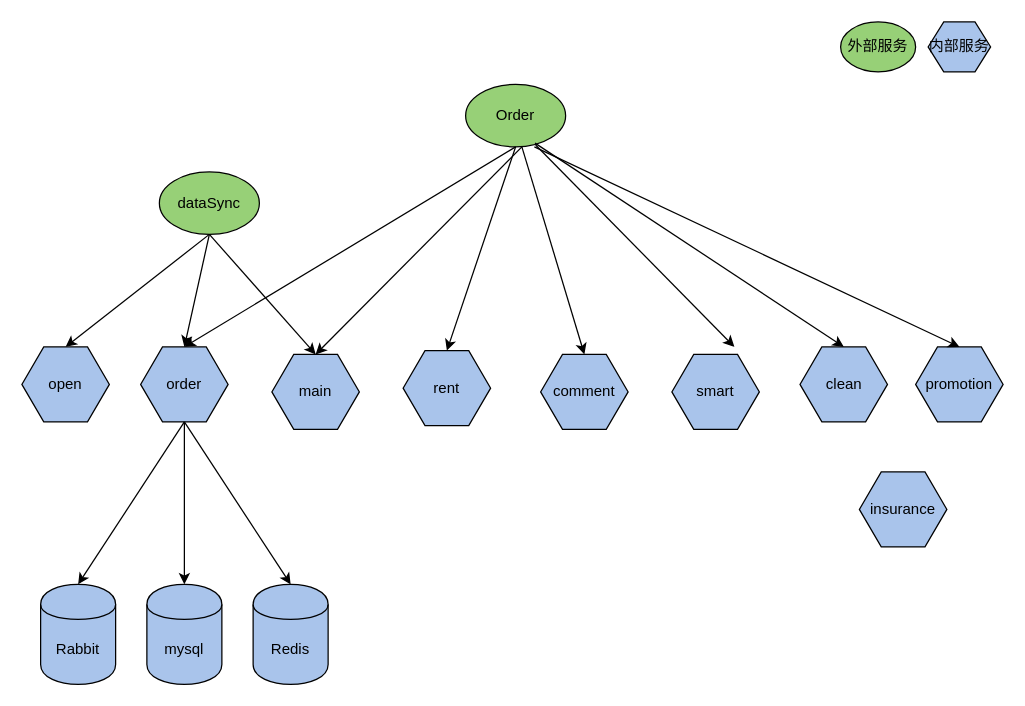
Above: Untitled Diagram.drawio in NonePro/UML (draw.io), before the change. Source tidied: cells renumbered, new cells numbered last; positions are measured from the earlier drawing's top-left corner, leaving out a move shared by most shapes. Both pictures are drawn from the tidied source at 125%, with x=0, y=0 at pixel (21, 21).
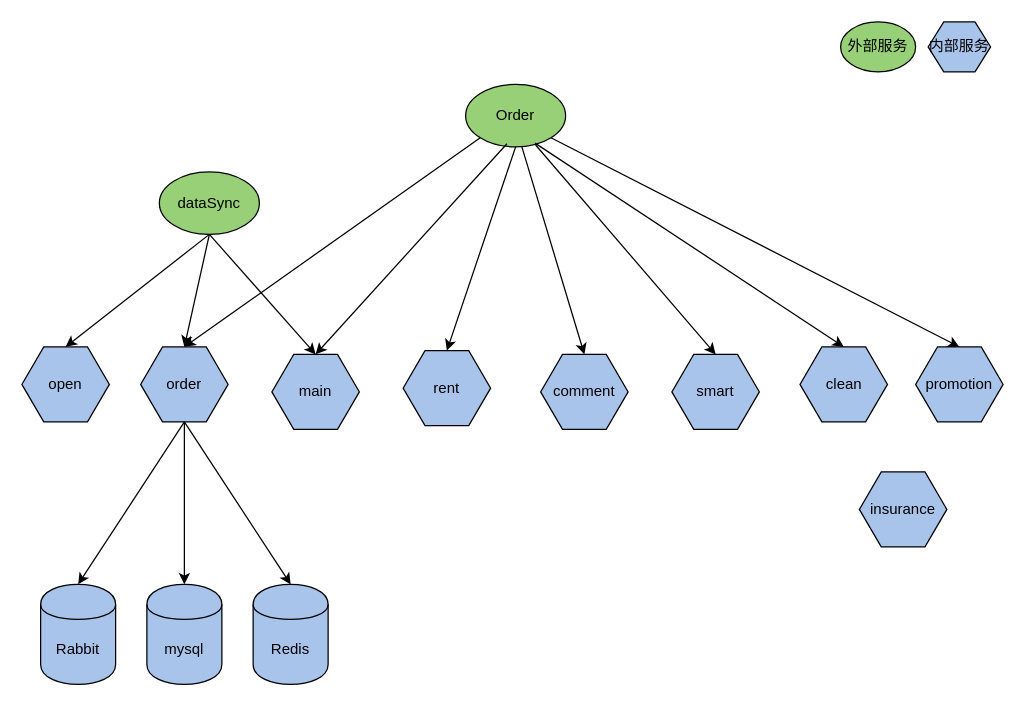
Above is the later version.

Commit message:
交易俯视图

The change refers to these unchanged cells:
```xml
<mxCell id="2" value="Order" style="ellipse;whiteSpace=wrap;html=1;fillColor=#97D077;" parent="1" vertex="1">
  <mxGeometry x="355" y="50" width="80" height="50" as="geometry" />
</mxCell>
<mxCell id="4" value="main" style="shape=hexagon;perimeter=hexagonPerimeter2;whiteSpace=wrap;html=1;fillColor=#A9C4EB;" parent="1" vertex="1">
  <mxGeometry x="200" y="266" width="70" height="60" as="geometry" />
</mxCell>
<mxCell id="7" value="smart" style="shape=hexagon;perimeter=hexagonPerimeter2;whiteSpace=wrap;html=1;fillColor=#A9C4EB;" parent="1" vertex="1">
  <mxGeometry x="520" y="266" width="70" height="60" as="geometry" />
</mxCell>
<mxCell id="9" value="order" style="shape=hexagon;perimeter=hexagonPerimeter2;whiteSpace=wrap;html=1;fillColor=#A9C4EB;" parent="1" vertex="1">
  <mxGeometry x="95" y="260" width="70" height="60" as="geometry" />
</mxCell>
<mxCell id="10" value="promotion" style="shape=hexagon;perimeter=hexagonPerimeter2;whiteSpace=wrap;html=1;fillColor=#A9C4EB;" parent="1" vertex="1">
  <mxGeometry x="715" y="260" width="70" height="60" as="geometry" />
</mxCell>
```

Diff of the diagram source:
```diff
@@
-    <mxCell id="18" style="endArrow=classic;html=1;exitX=0.5;exitY=1;exitDx=0;exitDy=0;entryX=0.5;entryY=0;entryDx=0;entryDy=0;" parent="1" edge="1" source="2" target="9">
+    <mxCell id="18" style="endArrow=classic;html=1;exitX=0;exitY=1;exitDx=0;exitDy=0;entryX=0.5;entryY=0;entryDx=0;entryDy=0;" parent="1" edge="1" source="2" target="9">
       <mxGeometry relative="1" as="geometry" />
     </mxCell>
-    <mxCell id="19" style="endArrow=classic;html=1;entryX=0.5;entryY=0;entryDx=0;entryDy=0;" parent="1" edge="1" target="4">
-      <mxGeometry relative="1" as="geometry">
-        <mxPoint x="400" y="100" as="sourcePoint" />
-      </mxGeometry>
+    <mxCell id="19" style="endArrow=classic;html=1;entryX=0.5;entryY=0;entryDx=0;entryDy=0;exitX=0.413;exitY=0.95;exitDx=0;exitDy=0;exitPerimeter=0;" parent="1" edge="1" source="2" target="4">
+      <mxGeometry relative="1" as="geometry" />
     </mxCell>
@@
-    <mxCell id="22" style="endArrow=classic;html=1;exitX=0.7;exitY=0.97;exitDx=0;exitDy=0;exitPerimeter=0;" parent="1" edge="1" source="2">
-      <mxGeometry relative="1" as="geometry">
-        <mxPoint x="570" y="260" as="targetPoint" />
-      </mxGeometry>
+    <mxCell id="22" style="endArrow=classic;html=1;exitX=0.7;exitY=0.97;exitDx=0;exitDy=0;exitPerimeter=0;entryX=0.5;entryY=0;entryDx=0;entryDy=0;" parent="1" edge="1" source="2" target="7">
+      <mxGeometry relative="1" as="geometry" />
     </mxCell>
@@
-    <mxCell id="24" style="endArrow=classic;html=1;entryX=0.5;entryY=0;entryDx=0;entryDy=0;" parent="1" edge="1" target="10">
-      <mxGeometry relative="1" as="geometry">
-        <mxPoint x="410" y="100" as="sourcePoint" />
-      </mxGeometry>
+    <mxCell id="24" style="endArrow=classic;html=1;entryX=0.5;entryY=0;entryDx=0;entryDy=0;exitX=1;exitY=1;exitDx=0;exitDy=0;" parent="1" edge="1" source="2" target="10">
+      <mxGeometry relative="1" as="geometry" />
     </mxCell>
```
